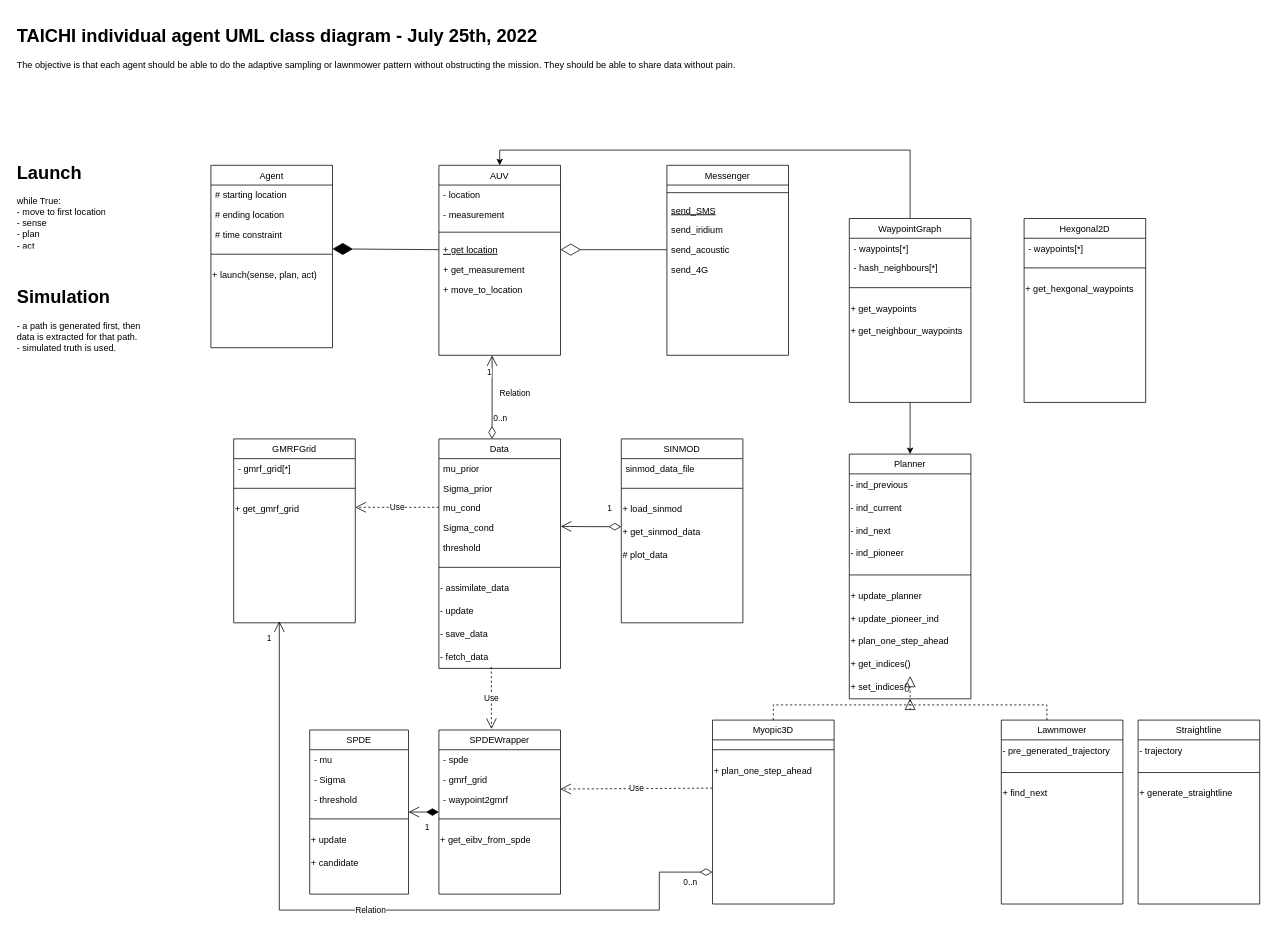
The draw.io diagram SystemDesign/TAICHI_UML_Class.drawio in MASCOT-NTNU/TAICHI, before the edit. Source tidied: cells renumbered, new cells numbered last; positions are measured from the earlier drawing's top-left corner, leaving out a move shared by most shapes. Both pictures are drawn from the tidied source at 76%, with x=0, y=0 at pixel (13, 21).
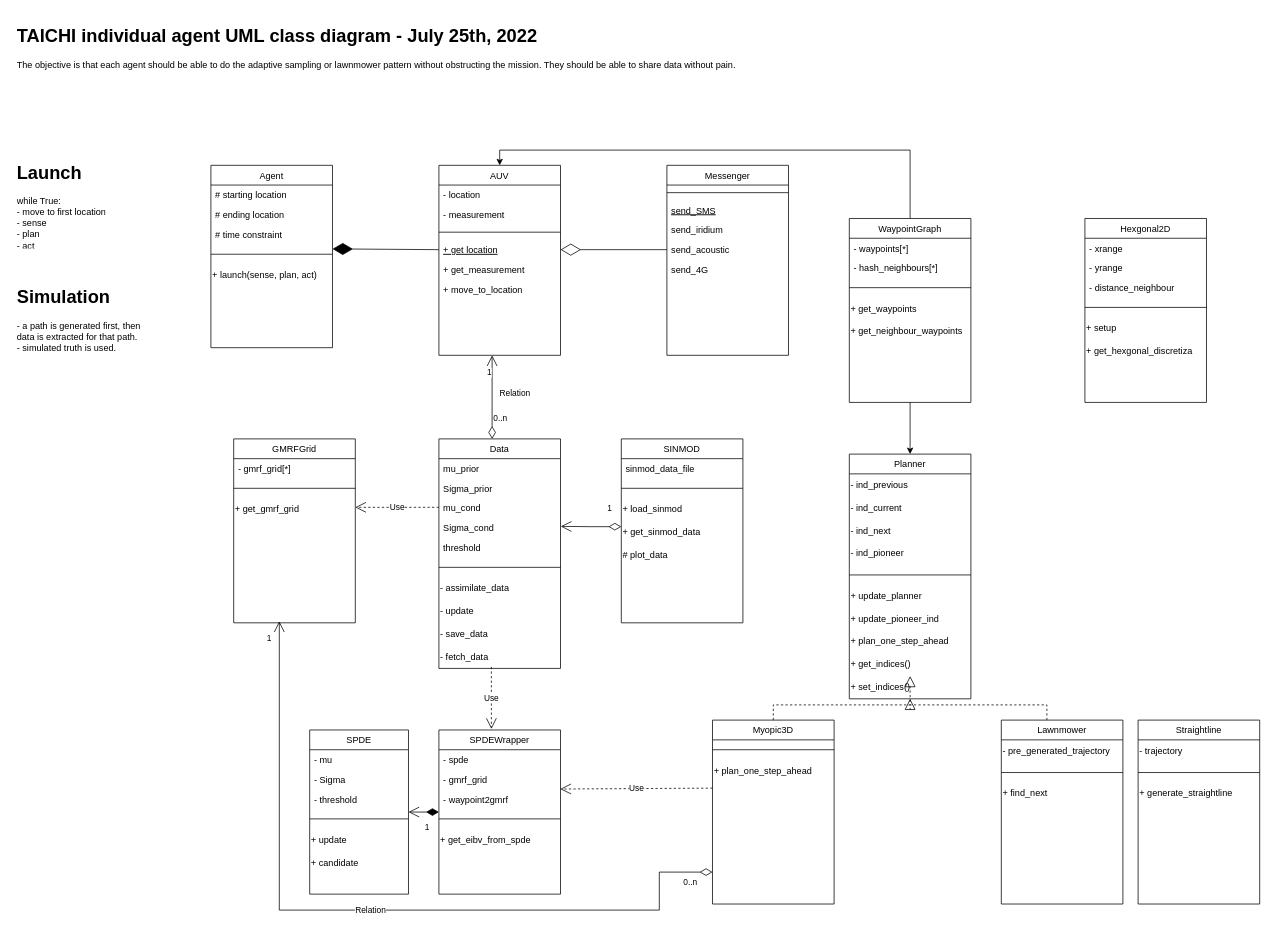
The same page after the edit.

The edit, as a diff of the source:
```diff
@@
     <mxCell id="103" value="Hexgonal2D" style="swimlane;fontStyle=0;align=center;verticalAlign=top;horizontal=1;startSize=26;rounded=0;shadow=0;strokeWidth=1;" parent="1" vertex="1">
-      <mxGeometry x="1330" y="260" width="160" height="242" as="geometry" />
+      <mxGeometry x="1410" y="260" width="160" height="242" as="geometry" />
     </mxCell>
-    <mxCell id="104" value="- waypoints[*]" style="text;align=left;verticalAlign=top;spacingLeft=4;spacingRight=4;overflow=hidden;rounded=0;shadow=0;html=0;" parent="103" vertex="1">
+    <mxCell id="104" value="- xrange" style="text;align=left;verticalAlign=top;spacingLeft=4;spacingRight=4;overflow=hidden;rounded=0;shadow=0;html=0;" parent="103" vertex="1">
       <mxGeometry y="26" width="160" height="26" as="geometry" />
     </mxCell>
+    <mxCell id="107" value="- yrange" style="text;align=left;verticalAlign=top;spacingLeft=4;spacingRight=4;overflow=hidden;rounded=0;shadow=0;html=0;" parent="103" vertex="1">
+      <mxGeometry y="52" width="160" height="26" as="geometry" />
+    </mxCell>
+    <mxCell id="108" value="- distance_neighbour" style="text;align=left;verticalAlign=top;spacingLeft=4;spacingRight=4;overflow=hidden;rounded=0;shadow=0;html=0;" parent="103" vertex="1">
+      <mxGeometry y="78" width="160" height="26" as="geometry" />
+    </mxCell>
     <mxCell id="105" style="line;html=1;strokeWidth=1;align=left;verticalAlign=middle;spacingTop=-1;spacingLeft=3;spacingRight=3;labelPosition=right;" parent="103" vertex="1">
-      <mxGeometry y="52" width="160" height="26" as="geometry" />
+      <mxGeometry y="104" width="160" height="26" as="geometry" />
     </mxCell>
-    <mxCell id="106" value="+ get_hexgonal_waypoints" style="text;html=1;strokeColor=none;fillColor=none;align=left;verticalAlign=middle;whiteSpace=wrap;rounded=0;" parent="103" vertex="1">
-      <mxGeometry y="78" width="160" height="30" as="geometry" />
+    <mxCell id="106" value="+ setup" style="text;html=1;strokeColor=none;fillColor=none;align=left;verticalAlign=middle;whiteSpace=wrap;rounded=0;" parent="103" vertex="1">
+      <mxGeometry y="130" width="160" height="30" as="geometry" />
     </mxCell>
+    <mxCell id="109" value="+ get_hexgonal_discretiza" style="text;html=1;strokeColor=none;fillColor=none;align=left;verticalAlign=middle;whiteSpace=wrap;rounded=0;" parent="103" vertex="1">
+      <mxGeometry y="160" width="160" height="30" as="geometry" />
+    </mxCell>
```
